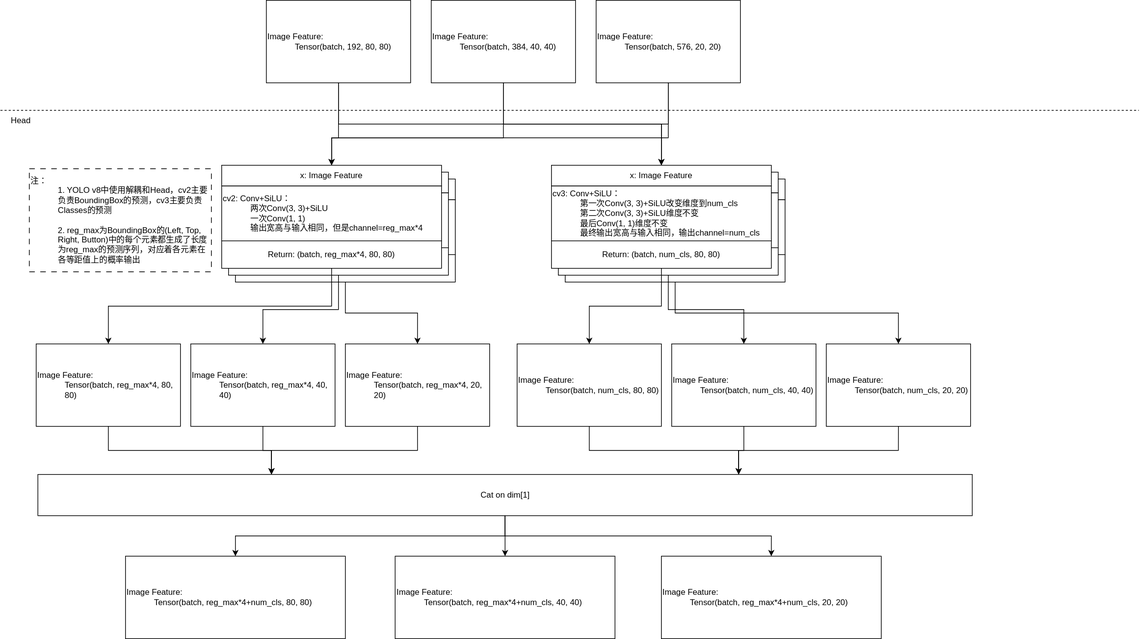
h13-0/Notebooks keeps this draw.io diagram as 机器学习/Resources/YOLO v8 Head结构.svg. Above is the earlier version. Source tidied: cells renumbered, new cells last; positions are measured from the earlier drawing's top-left corner, leaving out a move shared by most shapes.
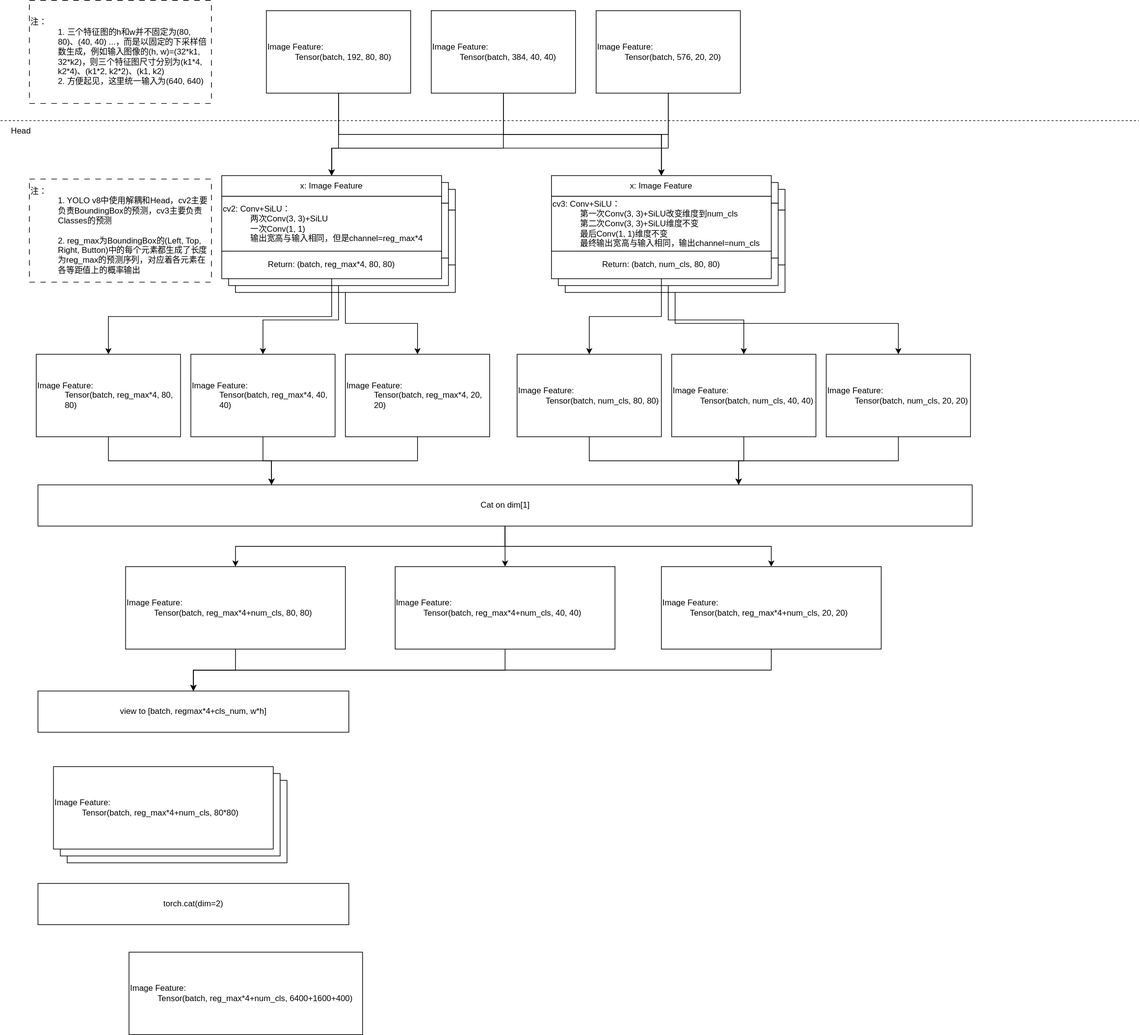
After the commit.

Commit message:
vault backup: 2025-03-30 17:36:01

Diff of the diagram source:
```diff
@@ -2,6 +2,9 @@
   <root>
     <mxCell id="0" />
     <mxCell id="1" parent="0" />
+    <mxCell id="57" value="&lt;div style=&quot;&quot;&gt;&lt;span style=&quot;background-color: transparent; color: light-dark(rgb(0, 0, 0), rgb(255, 255, 255));&quot;&gt;Image Feature:&lt;/span&gt;&lt;/div&gt;&lt;blockquote style=&quot;margin: 0 0 0 40px; border: none; padding: 0px;&quot;&gt;&lt;div style=&quot;&quot;&gt;&lt;span style=&quot;background-color: transparent; color: light-dark(rgb(0, 0, 0), rgb(255, 255, 255));&quot;&gt;Tensor(batch,&amp;nbsp;&lt;/span&gt;&lt;span style=&quot;text-align: center;&quot;&gt;reg_max*4+num_cls&lt;/span&gt;&lt;span style=&quot;background-color: transparent; color: light-dark(rgb(0, 0, 0), rgb(255, 255, 255));&quot;&gt;, 20*20)&lt;/span&gt;&lt;/div&gt;&lt;/blockquote&gt;" style="rounded=0;whiteSpace=wrap;html=1;align=left;" parent="1" vertex="1">
+      <mxGeometry x="97" y="1120" width="320" height="120" as="geometry" />
+    </mxCell>
     <mxCell id="2" style="endArrow=none;dashed=1;html=1;rounded=0;exitX=0;exitY=0;exitDx=0;exitDy=0;" parent="1" edge="1" source="3">
       <mxGeometry relative="1" as="geometry">
         <mxPoint x="1657" y="160" as="targetPoint" />
@@ -180,14 +183,41 @@
     <mxCell id="53" value="Cat on dim[1]" style="rounded=0;whiteSpace=wrap;html=1;" parent="1" vertex="1">
       <mxGeometry x="54.5" y="690" width="1360" height="60" as="geometry" />
     </mxCell>
+    <mxCell id="58" style="edgeStyle=orthogonalEdgeStyle;rounded=0;jettySize=auto;html=1;exitX=0.5;exitY=1;exitDx=0;exitDy=0;entryX=0.5;entryY=0;entryDx=0;entryDy=0;" parent="1" edge="1" source="54" target="62">
+      <mxGeometry relative="1" as="geometry" />
+    </mxCell>
     <mxCell id="54" value="&lt;div style=&quot;&quot;&gt;&lt;span style=&quot;background-color: transparent; color: light-dark(rgb(0, 0, 0), rgb(255, 255, 255));&quot;&gt;Image Feature:&lt;/span&gt;&lt;/div&gt;&lt;blockquote style=&quot;margin: 0 0 0 40px; border: none; padding: 0px;&quot;&gt;&lt;div style=&quot;&quot;&gt;&lt;span style=&quot;background-color: transparent; color: light-dark(rgb(0, 0, 0), rgb(255, 255, 255));&quot;&gt;Tensor(batch,&amp;nbsp;&lt;/span&gt;&lt;span style=&quot;text-align: center;&quot;&gt;reg_max*4+num_cls&lt;/span&gt;&lt;span style=&quot;background-color: transparent; color: light-dark(rgb(0, 0, 0), rgb(255, 255, 255));&quot;&gt;, 80, 80)&lt;/span&gt;&lt;/div&gt;&lt;/blockquote&gt;" style="rounded=0;whiteSpace=wrap;html=1;align=left;" parent="1" vertex="1">
       <mxGeometry x="182" y="809" width="320" height="120" as="geometry" />
     </mxCell>
+    <mxCell id="59" style="edgeStyle=orthogonalEdgeStyle;rounded=0;jettySize=auto;html=1;exitX=0.5;exitY=1;exitDx=0;exitDy=0;entryX=0.5;entryY=0;entryDx=0;entryDy=0;" parent="1" edge="1" source="55" target="62">
+      <mxGeometry relative="1" as="geometry" />
+    </mxCell>
     <mxCell id="55" value="&lt;div style=&quot;&quot;&gt;&lt;span style=&quot;background-color: transparent; color: light-dark(rgb(0, 0, 0), rgb(255, 255, 255));&quot;&gt;Image Feature:&lt;/span&gt;&lt;/div&gt;&lt;blockquote style=&quot;margin: 0 0 0 40px; border: none; padding: 0px;&quot;&gt;&lt;div style=&quot;&quot;&gt;&lt;span style=&quot;background-color: transparent; color: light-dark(rgb(0, 0, 0), rgb(255, 255, 255));&quot;&gt;Tensor(batch,&amp;nbsp;&lt;/span&gt;&lt;span style=&quot;text-align: center;&quot;&gt;reg_max*4+num_cls&lt;/span&gt;&lt;span style=&quot;background-color: transparent; color: light-dark(rgb(0, 0, 0), rgb(255, 255, 255));&quot;&gt;, 40, 40)&lt;/span&gt;&lt;/div&gt;&lt;/blockquote&gt;" style="rounded=0;whiteSpace=wrap;html=1;align=left;" parent="1" vertex="1">
       <mxGeometry x="574.5" y="809" width="320" height="120" as="geometry" />
     </mxCell>
+    <mxCell id="60" style="edgeStyle=orthogonalEdgeStyle;rounded=0;jettySize=auto;html=1;exitX=0.5;exitY=1;exitDx=0;exitDy=0;entryX=0.5;entryY=0;entryDx=0;entryDy=0;" parent="1" edge="1" source="56" target="62">
+      <mxGeometry relative="1" as="geometry" />
+    </mxCell>
     <mxCell id="56" value="&lt;div style=&quot;&quot;&gt;&lt;span style=&quot;background-color: transparent; color: light-dark(rgb(0, 0, 0), rgb(255, 255, 255));&quot;&gt;Image Feature:&lt;/span&gt;&lt;/div&gt;&lt;blockquote style=&quot;margin: 0 0 0 40px; border: none; padding: 0px;&quot;&gt;&lt;div style=&quot;&quot;&gt;&lt;span style=&quot;background-color: transparent; color: light-dark(rgb(0, 0, 0), rgb(255, 255, 255));&quot;&gt;Tensor(batch,&amp;nbsp;&lt;/span&gt;&lt;span style=&quot;text-align: center;&quot;&gt;reg_max*4+num_cls&lt;/span&gt;&lt;span style=&quot;background-color: transparent; color: light-dark(rgb(0, 0, 0), rgb(255, 255, 255));&quot;&gt;, 20, 20)&lt;/span&gt;&lt;/div&gt;&lt;/blockquote&gt;" style="rounded=0;whiteSpace=wrap;html=1;align=left;" parent="1" vertex="1">
       <mxGeometry x="962" y="809" width="320" height="120" as="geometry" />
     </mxCell>
+    <mxCell id="61" value="注：&lt;div&gt;&lt;blockquote style=&quot;margin: 0 0 0 40px; border: none; padding: 0px;&quot;&gt;&lt;div&gt;1. 三个特征图的h和w并不固定为(80, 80)、(40, 40) ...，而是以固定的下采样倍数生成，例如输入图像的(h, w)=(32*k1, 32*k2)，则三个特征图尺寸分别为(k1*4, k2*4)、(k1*2, k2*2)、(k1, k2)&lt;/div&gt;&lt;div&gt;2. 方便起见，这里统一输入为(640, 640)&lt;/div&gt;&lt;/blockquote&gt;&lt;/div&gt;" style="rounded=0;whiteSpace=wrap;html=1;align=left;dashed=1;dashPattern=8 8;" parent="1" vertex="1">
+      <mxGeometry x="42" y="-15" width="265" height="150" as="geometry" />
+    </mxCell>
+    <mxCell id="62" value="view to [batch, regmax*4+cls_num, w*h]" style="rounded=0;whiteSpace=wrap;html=1;" parent="1" vertex="1">
+      <mxGeometry x="54.5" y="990" width="452.5" height="60" as="geometry" />
+    </mxCell>
+    <mxCell id="63" value="torch.cat(dim=2)" style="rounded=0;whiteSpace=wrap;html=1;" parent="1" vertex="1">
+      <mxGeometry x="54.5" y="1270" width="452.5" height="60" as="geometry" />
+    </mxCell>
+    <mxCell id="64" value="&lt;div style=&quot;&quot;&gt;&lt;span style=&quot;background-color: transparent; color: light-dark(rgb(0, 0, 0), rgb(255, 255, 255));&quot;&gt;Image Feature:&lt;/span&gt;&lt;/div&gt;&lt;blockquote style=&quot;margin: 0 0 0 40px; border: none; padding: 0px;&quot;&gt;&lt;div style=&quot;&quot;&gt;&lt;span style=&quot;background-color: transparent; color: light-dark(rgb(0, 0, 0), rgb(255, 255, 255));&quot;&gt;Tensor(batch,&amp;nbsp;&lt;/span&gt;&lt;span style=&quot;text-align: center;&quot;&gt;reg_max*4+num_cls&lt;/span&gt;&lt;span style=&quot;background-color: transparent; color: light-dark(rgb(0, 0, 0), rgb(255, 255, 255));&quot;&gt;, 40*40)&lt;/span&gt;&lt;/div&gt;&lt;/blockquote&gt;" style="rounded=0;whiteSpace=wrap;html=1;align=left;" parent="1" vertex="1">
+      <mxGeometry x="87" y="1110" width="320" height="120" as="geometry" />
+    </mxCell>
+    <mxCell id="65" value="&lt;div style=&quot;&quot;&gt;&lt;span style=&quot;background-color: transparent; color: light-dark(rgb(0, 0, 0), rgb(255, 255, 255));&quot;&gt;Image Feature:&lt;/span&gt;&lt;/div&gt;&lt;blockquote style=&quot;margin: 0 0 0 40px; border: none; padding: 0px;&quot;&gt;&lt;div style=&quot;&quot;&gt;&lt;span style=&quot;background-color: transparent; color: light-dark(rgb(0, 0, 0), rgb(255, 255, 255));&quot;&gt;Tensor(batch,&amp;nbsp;&lt;/span&gt;&lt;span style=&quot;text-align: center;&quot;&gt;reg_max*4+num_cls&lt;/span&gt;&lt;span style=&quot;background-color: transparent; color: light-dark(rgb(0, 0, 0), rgb(255, 255, 255));&quot;&gt;, 6400+1600+400)&lt;/span&gt;&lt;/div&gt;&lt;/blockquote&gt;" style="rounded=0;whiteSpace=wrap;html=1;align=left;" parent="1" vertex="1">
+      <mxGeometry x="187" y="1370" width="340" height="120" as="geometry" />
+    </mxCell>
+    <mxCell id="66" value="&lt;div style=&quot;&quot;&gt;&lt;span style=&quot;background-color: transparent; color: light-dark(rgb(0, 0, 0), rgb(255, 255, 255));&quot;&gt;Image Feature:&lt;/span&gt;&lt;/div&gt;&lt;blockquote style=&quot;margin: 0 0 0 40px; border: none; padding: 0px;&quot;&gt;&lt;div style=&quot;&quot;&gt;&lt;span style=&quot;background-color: transparent; color: light-dark(rgb(0, 0, 0), rgb(255, 255, 255));&quot;&gt;Tensor(batch,&amp;nbsp;&lt;/span&gt;&lt;span style=&quot;text-align: center;&quot;&gt;reg_max*4+num_cls&lt;/span&gt;&lt;span style=&quot;background-color: transparent; color: light-dark(rgb(0, 0, 0), rgb(255, 255, 255));&quot;&gt;, 80*80)&lt;/span&gt;&lt;/div&gt;&lt;/blockquote&gt;" style="rounded=0;whiteSpace=wrap;html=1;align=left;" parent="1" vertex="1">
+      <mxGeometry x="77" y="1100" width="320" height="120" as="geometry" />
+    </mxCell>
   </root>
 </mxGraphModel>
```
